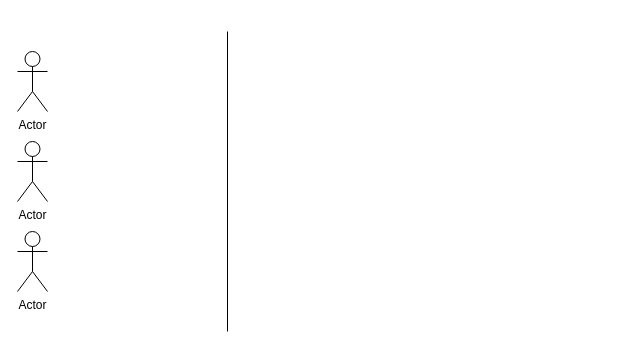
bluefantasy2014/draw.io keeps this draw.io diagram as 51cto_jcp_cyclicBarrer.drawio. Above is the earlier version. Source tidied: cells renumbered, new cells numbered last; positions are measured from the earlier drawing's top-left corner, leaving out a move shared by most shapes. Both pictures are drawn from the tidied source at 100%, with x=0, y=0 at pixel (17, 31).
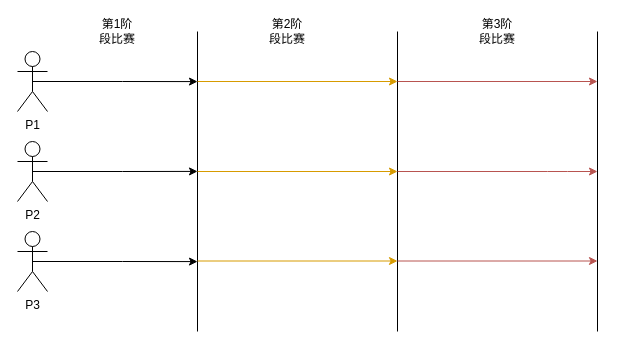
The same diagram, later.

Diff of the diagram source:
```diff
@@
+    <mxCell id="6" style="edgeStyle=orthogonalEdgeStyle;rounded=0;jettySize=auto;html=1;exitX=0.5;exitY=0.5;exitDx=0;exitDy=0;exitPerimeter=0;" parent="1" edge="1" source="2">
+      <mxGeometry relative="1" as="geometry">
+        <mxPoint x="180" y="50.1" as="targetPoint" />
+      </mxGeometry>
+    </mxCell>
-    <mxCell id="2" value="Actor" style="shape=umlActor;verticalLabelPosition=bottom;labelBackgroundColor=#ffffff;verticalAlign=top;html=1;outlineConnect=0;" parent="1" vertex="1">
+    <mxCell id="2" value="P1" style="shape=umlActor;verticalLabelPosition=bottom;labelBackgroundColor=#ffffff;verticalAlign=top;html=1;outlineConnect=0;" parent="1" vertex="1">
       <mxGeometry y="20" width="30" height="60" as="geometry" />
     </mxCell>
+    <mxCell id="7" style="edgeStyle=orthogonalEdgeStyle;rounded=0;jettySize=auto;html=1;exitX=0.5;exitY=0.5;exitDx=0;exitDy=0;exitPerimeter=0;" parent="1" edge="1" source="3">
+      <mxGeometry relative="1" as="geometry">
+        <mxPoint x="180" y="139.9" as="targetPoint" />
+      </mxGeometry>
+    </mxCell>
-    <mxCell id="3" value="Actor" style="shape=umlActor;verticalLabelPosition=bottom;labelBackgroundColor=#ffffff;verticalAlign=top;html=1;outlineConnect=0;" parent="1" vertex="1">
+    <mxCell id="3" value="P2" style="shape=umlActor;verticalLabelPosition=bottom;labelBackgroundColor=#ffffff;verticalAlign=top;html=1;outlineConnect=0;" parent="1" vertex="1">
       <mxGeometry y="110" width="30" height="60" as="geometry" />
     </mxCell>
+    <mxCell id="8" style="edgeStyle=orthogonalEdgeStyle;rounded=0;jettySize=auto;html=1;exitX=0.5;exitY=0.5;exitDx=0;exitDy=0;exitPerimeter=0;" parent="1" edge="1" source="4">
+      <mxGeometry relative="1" as="geometry">
+        <mxPoint x="180" y="230.1" as="targetPoint" />
+      </mxGeometry>
+    </mxCell>
-    <mxCell id="4" value="Actor" style="shape=umlActor;verticalLabelPosition=bottom;labelBackgroundColor=#ffffff;verticalAlign=top;html=1;outlineConnect=0;" parent="1" vertex="1">
+    <mxCell id="4" value="P3&lt;br&gt;" style="shape=umlActor;verticalLabelPosition=bottom;labelBackgroundColor=#ffffff;verticalAlign=top;html=1;outlineConnect=0;" parent="1" vertex="1">
       <mxGeometry y="200" width="30" height="60" as="geometry" />
     </mxCell>
     <mxCell id="5" style="endArrow=none;html=1;" parent="1" edge="1">
       <mxGeometry relative="1" as="geometry">
-        <mxPoint x="210" y="300" as="sourcePoint" />
-        <mxPoint x="210" as="targetPoint" />
+        <mxPoint x="180" y="300" as="sourcePoint" />
+        <mxPoint x="180" as="targetPoint" />
       </mxGeometry>
     </mxCell>
+    <mxCell id="9" style="endArrow=none;html=1;" parent="1" edge="1">
+      <mxGeometry relative="1" as="geometry">
+        <mxPoint x="380" y="300" as="sourcePoint" />
+        <mxPoint x="380" as="targetPoint" />
+      </mxGeometry>
+    </mxCell>
+    <mxCell id="10" style="endArrow=none;html=1;" parent="1" edge="1">
+      <mxGeometry relative="1" as="geometry">
+        <mxPoint x="580" y="300" as="sourcePoint" />
+        <mxPoint x="580" as="targetPoint" />
+      </mxGeometry>
+    </mxCell>
+    <mxCell id="11" style="endArrow=classic;html=1;fillColor=#ffe6cc;strokeColor=#d79b00;" parent="1" edge="1">
+      <mxGeometry relative="1" as="geometry">
+        <mxPoint x="180" y="50" as="sourcePoint" />
+        <mxPoint x="380" y="50" as="targetPoint" />
+      </mxGeometry>
+    </mxCell>
+    <mxCell id="12" style="endArrow=classic;html=1;fillColor=#ffe6cc;strokeColor=#d79b00;" parent="1" edge="1">
+      <mxGeometry relative="1" as="geometry">
+        <mxPoint x="180" y="140" as="sourcePoint" />
+        <mxPoint x="380" y="140" as="targetPoint" />
+      </mxGeometry>
+    </mxCell>
+    <mxCell id="13" style="endArrow=classic;html=1;fillColor=#ffe6cc;strokeColor=#d79b00;" parent="1" edge="1">
+      <mxGeometry relative="1" as="geometry">
+        <mxPoint x="180" y="229.5" as="sourcePoint" />
+        <mxPoint x="380" y="229.5" as="targetPoint" />
+      </mxGeometry>
+    </mxCell>
+    <mxCell id="14" style="endArrow=classic;html=1;fillColor=#f8cecc;strokeColor=#b85450;" parent="1" edge="1">
+      <mxGeometry relative="1" as="geometry">
+        <mxPoint x="380" y="50" as="sourcePoint" />
+        <mxPoint x="580" y="50" as="targetPoint" />
+      </mxGeometry>
+    </mxCell>
+    <mxCell id="15" style="endArrow=classic;html=1;fillColor=#f8cecc;strokeColor=#b85450;" parent="1" edge="1">
+      <mxGeometry relative="1" as="geometry">
+        <mxPoint x="380" y="140" as="sourcePoint" />
+        <mxPoint x="580" y="140" as="targetPoint" />
+        <Array as="points">
+          <mxPoint x="540" y="140" />
+        </Array>
+      </mxGeometry>
+    </mxCell>
+    <mxCell id="16" style="endArrow=classic;html=1;fillColor=#f8cecc;strokeColor=#b85450;" parent="1" edge="1">
+      <mxGeometry relative="1" as="geometry">
+        <mxPoint x="380" y="229.5" as="sourcePoint" />
+        <mxPoint x="580" y="229.5" as="targetPoint" />
+      </mxGeometry>
+    </mxCell>
+    <mxCell id="17" value="第1阶段比赛" style="text;html=1;strokeColor=none;fillColor=none;align=center;verticalAlign=middle;whiteSpace=wrap;rounded=0;" parent="1" vertex="1">
+      <mxGeometry x="80" y="-10" width="40" height="20" as="geometry" />
+    </mxCell>
+    <mxCell id="18" value="第2阶段比赛" style="text;html=1;strokeColor=none;fillColor=none;align=center;verticalAlign=middle;whiteSpace=wrap;rounded=0;" parent="1" vertex="1">
+      <mxGeometry x="250" y="-10" width="40" height="20" as="geometry" />
+    </mxCell>
+    <mxCell id="19" value="第3阶段比赛" style="text;html=1;strokeColor=none;fillColor=none;align=center;verticalAlign=middle;whiteSpace=wrap;rounded=0;" parent="1" vertex="1">
+      <mxGeometry x="460" y="-10" width="40" height="20" as="geometry" />
+    </mxCell>
```
